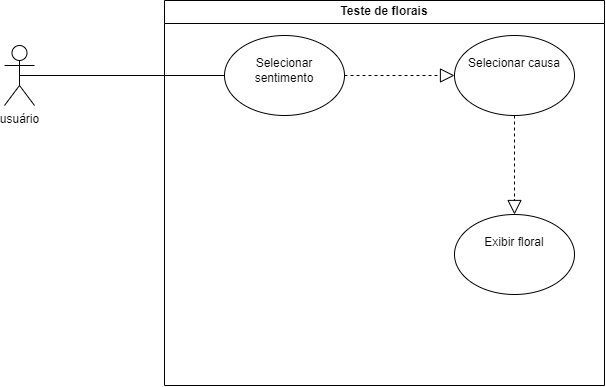
Above: Diagramas UML/testeDeFloraisCasosDeUso.drawio.png in BrenoLima1/TCC (draw.io), before the change. Source tidied: cells renumbered, new cells last; positions are measured from the earlier drawing's top-left corner, leaving out a move shared by most shapes.
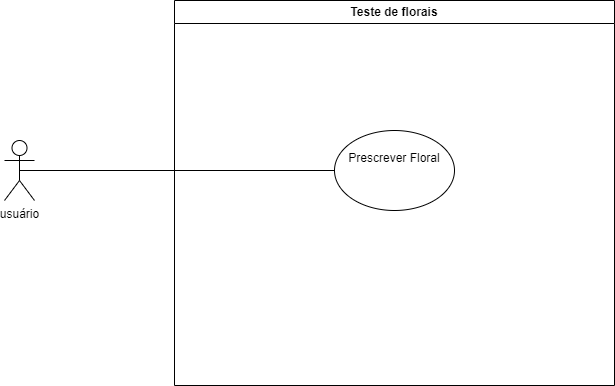
Later version of the same file.

Commit message:
inserido diagrama de atividades

Change to the diagram source:
```diff
@@ -3,26 +3,14 @@
     <mxCell id="0" />
     <mxCell id="1" parent="0" />
     <mxCell id="2" value="usuário" style="shape=umlActor;verticalLabelPosition=bottom;verticalAlign=top;html=1;" parent="1" vertex="1">
-      <mxGeometry y="45" width="30" height="60" as="geometry" />
+      <mxGeometry x="-10" y="140" width="30" height="60" as="geometry" />
     </mxCell>
     <mxCell id="3" value="Teste de florais" style="swimlane;whiteSpace=wrap;html=1;" parent="1" vertex="1">
       <mxGeometry x="160" width="440" height="385" as="geometry" />
     </mxCell>
-    <mxCell id="4" value="&lt;br&gt;Selecionar sentimento" style="ellipse;whiteSpace=wrap;html=1;verticalAlign=top;" parent="3" vertex="1">
-      <mxGeometry x="60" y="35" width="120" height="80" as="geometry" />
+    <mxCell id="4" value="&lt;br&gt;Prescrever Floral" style="ellipse;whiteSpace=wrap;html=1;verticalAlign=top;" parent="3" vertex="1">
+      <mxGeometry x="160" y="130" width="120" height="80" as="geometry" />
     </mxCell>
-    <mxCell id="5" value="&lt;br&gt;Selecionar causa" style="ellipse;whiteSpace=wrap;html=1;verticalAlign=top;" parent="3" vertex="1">
-      <mxGeometry x="290" y="35" width="120" height="80" as="geometry" />
-    </mxCell>
-    <mxCell id="6" style="endArrow=block;dashed=1;endFill=0;endSize=12;html=1;rounded=0;exitX=1;exitY=0.5;exitDx=0;exitDy=0;entryX=0;entryY=0.5;entryDx=0;entryDy=0;" parent="3" edge="1" source="4" target="5">
-      <mxGeometry relative="1" as="geometry" />
-    </mxCell>
-    <mxCell id="7" value="&lt;br&gt;Exibir floral" style="ellipse;whiteSpace=wrap;html=1;verticalAlign=top;" parent="3" vertex="1">
-      <mxGeometry x="290" y="214" width="120" height="80" as="geometry" />
-    </mxCell>
-    <mxCell id="8" style="endArrow=block;dashed=1;endFill=0;endSize=12;html=1;rounded=0;entryX=0.5;entryY=0;entryDx=0;entryDy=0;" parent="3" edge="1" source="5" target="7">
-      <mxGeometry relative="1" as="geometry" />
-    </mxCell>
     <mxCell id="9" style="endArrow=none;html=1;rounded=0;exitX=0.5;exitY=0.5;exitDx=0;exitDy=0;exitPerimeter=0;entryX=0;entryY=0.5;entryDx=0;entryDy=0;" parent="1" edge="1" source="2" target="4">
       <mxGeometry relative="1" as="geometry" />
     </mxCell>
```
